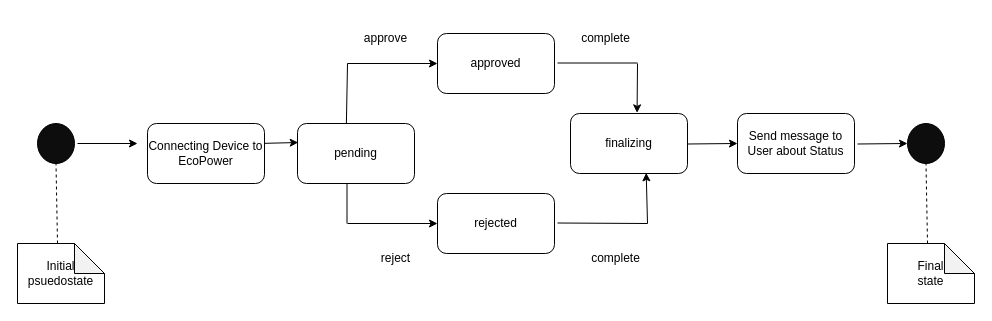
Earlier version of the draw.io diagram milestone-3/ConnectDevices_StateModel_Diagram.drawio (uvic-teach/project-m1-team15). Source tidied: cells renumbered, new cells numbered last; positions are measured from the earlier drawing's top-left corner, leaving out a move shared by most shapes. Both pictures are drawn from the tidied source at 100%, with x=0, y=0 at pixel (17, 23).
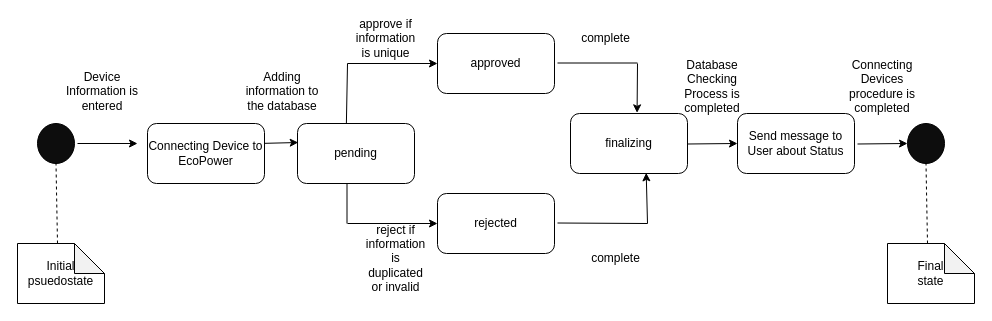
The same page after the edit.

Diff of the diagram source:
```diff
@@
-    <mxCell id="24" value="approve" style="text;html=1;strokeColor=none;fillColor=none;align=center;verticalAlign=middle;whiteSpace=wrap;rounded=0;" parent="1" vertex="1">
+    <mxCell id="24" value="approve if information is unique" style="text;html=1;strokeColor=none;fillColor=none;align=center;verticalAlign=middle;whiteSpace=wrap;rounded=0;" parent="1" vertex="1">
       <mxGeometry x="340" width="57" height="30" as="geometry" />
     </mxCell>
@@
-    <mxCell id="26" value="reject" style="text;html=1;strokeColor=none;fillColor=none;align=center;verticalAlign=middle;whiteSpace=wrap;rounded=0;" parent="1" vertex="1">
+    <mxCell id="26" value="reject if information is duplicated or invalid" style="text;html=1;strokeColor=none;fillColor=none;align=center;verticalAlign=middle;whiteSpace=wrap;rounded=0;" parent="1" vertex="1">
       <mxGeometry x="350" y="220" width="57" height="30" as="geometry" />
     </mxCell>
@@
+    <mxCell id="30" value="Device Information is entered" style="text;html=1;strokeColor=none;fillColor=none;align=center;verticalAlign=middle;whiteSpace=wrap;rounded=0;" parent="1" vertex="1">
+      <mxGeometry x="40" y="30" width="90" height="75" as="geometry" />
+    </mxCell>
+    <mxCell id="31" value="Adding information to the database" style="text;html=1;strokeColor=none;fillColor=none;align=center;verticalAlign=middle;whiteSpace=wrap;rounded=0;" parent="1" vertex="1">
+      <mxGeometry x="220" y="30" width="90" height="75" as="geometry" />
+    </mxCell>
+    <mxCell id="32" value="Database Checking Process is completed" style="text;html=1;strokeColor=none;fillColor=none;align=center;verticalAlign=middle;whiteSpace=wrap;rounded=0;" parent="1" vertex="1">
+      <mxGeometry x="650" y="25" width="90" height="75" as="geometry" />
+    </mxCell>
+    <mxCell id="33" value="Connecting Devices procedure is completed" style="text;html=1;strokeColor=none;fillColor=none;align=center;verticalAlign=middle;whiteSpace=wrap;rounded=0;" parent="1" vertex="1">
+      <mxGeometry x="820" y="25" width="90" height="75" as="geometry" />
+    </mxCell>
```
